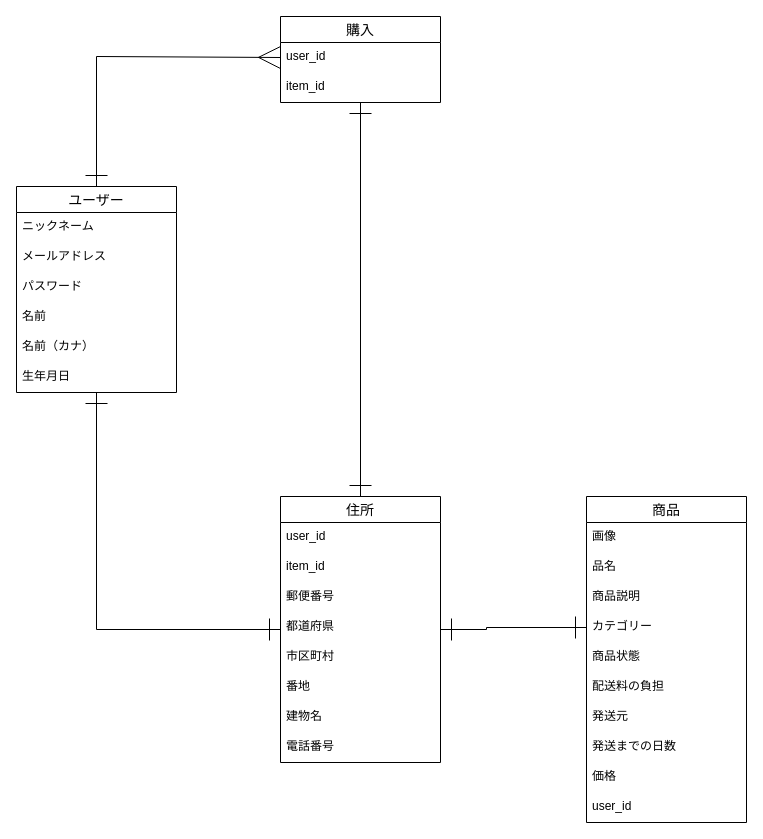
Before: ER.dio in kawamatatakuya/furima-34881, a draw.io diagram. Source tidied: cells renumbered, new cells numbered last; positions are measured from the earlier drawing's top-left corner, leaving out a move shared by most shapes. Both pictures are drawn from the tidied source at 100%, with x=0, y=0 at pixel (16, 16).
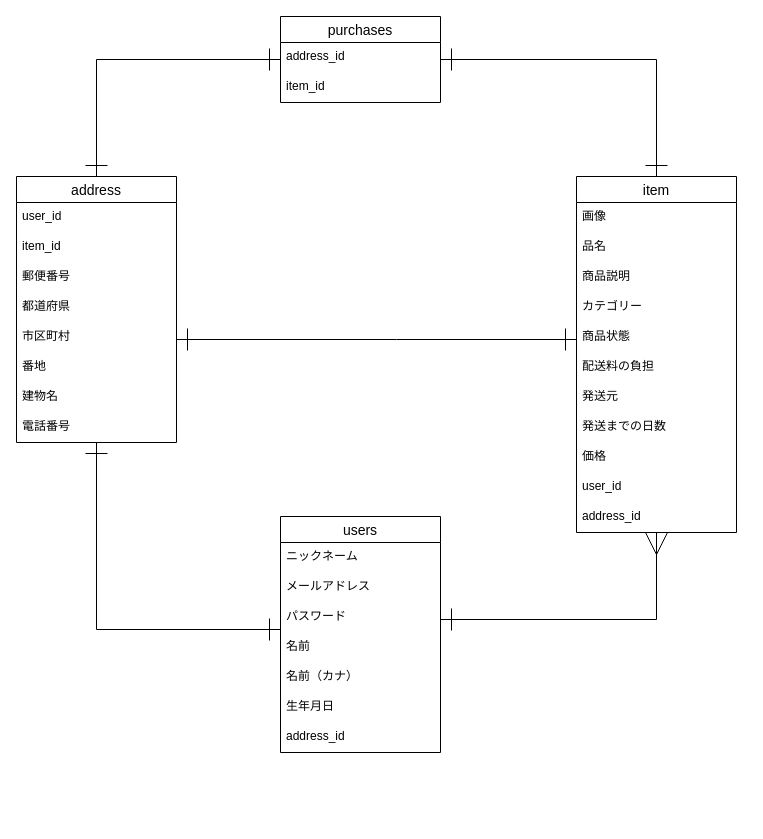
The same page after the edit.

Commit message (it also covers changes not shown here):
データベース設計修正

The change refers to these unchanged cells:
```xml
<mxCell id="6" value="カテゴリー" style="text;strokeColor=none;fillColor=none;spacingLeft=4;spacingRight=4;overflow=hidden;points=[[0,0.5],[1,0.5]];portConstraint=eastwest;fontSize=12;" parent="2" vertex="1">
  <mxGeometry y="116" width="160" height="30" as="geometry" />
</mxCell>
```

Change to the diagram source:
```diff
@@
+    <mxCell id="36" style="edgeStyle=orthogonalEdgeStyle;rounded=0;jettySize=auto;html=1;startArrow=ERone;startFill=0;startSize=20;endArrow=ERone;endFill=0;endSize=20;strokeWidth=1;" parent="1" edge="1" source="2" target="22">
+      <mxGeometry relative="1" as="geometry">
+        <Array as="points">
+          <mxPoint x="640" y="43" />
+        </Array>
+      </mxGeometry>
+    </mxCell>
+    <mxCell id="37" style="edgeStyle=orthogonalEdgeStyle;rounded=0;jettySize=auto;html=1;startArrow=ERmany;startFill=0;startSize=20;endArrow=ERone;endFill=0;endSize=20;strokeWidth=1;" parent="1" edge="1" source="2" target="15">
+      <mxGeometry relative="1" as="geometry">
+        <Array as="points">
+          <mxPoint x="640" y="603" />
+        </Array>
+      </mxGeometry>
+    </mxCell>
+    <mxCell id="38" style="edgeStyle=orthogonalEdgeStyle;rounded=0;jettySize=auto;html=1;startArrow=ERone;startFill=0;startSize=20;endArrow=ERone;endFill=0;endSize=20;strokeWidth=1;" parent="1" edge="1" source="2" target="27">
+      <mxGeometry relative="1" as="geometry">
+        <Array as="points">
+          <mxPoint x="380" y="323" />
+          <mxPoint x="380" y="323" />
+        </Array>
+      </mxGeometry>
+    </mxCell>
-    <mxCell id="2" value="商品" style="swimlane;fontStyle=0;horizontal=1;startSize=26;align=center;fontSize=14;" parent="1" vertex="1">
-      <mxGeometry x="570" y="480" width="160" height="326" as="geometry" />
+    <mxCell id="2" value="item" style="swimlane;fontStyle=0;horizontal=1;startSize=26;align=center;fontSize=14;" parent="1" vertex="1">
+      <mxGeometry x="560" y="160" width="160" height="356" as="geometry" />
     </mxCell>
@@
-    <mxCell id="13" style="edgeStyle=orthogonalEdgeStyle;rounded=0;jettySize=auto;html=1;startArrow=ERone;startFill=0;endArrow=ERmany;endFill=0;endSize=20;startSize=20;entryX=0;entryY=0.5;entryDx=0;entryDy=0;exitX=0.5;exitY=0;exitDx=0;exitDy=0;" parent="1" edge="1" source="15" target="23">
-      <mxGeometry relative="1" as="geometry">
-        <Array as="points">
-          <mxPoint x="80" y="40" />
-          <mxPoint x="264" y="40" />
-        </Array>
-      </mxGeometry>
-    </mxCell>
+    <mxCell id="39" value="address_id" style="text;strokeColor=none;fillColor=none;spacingLeft=4;spacingRight=4;overflow=hidden;fontSize=12;" parent="2" vertex="1">
+      <mxGeometry y="326" width="160" height="30" as="geometry" />
+    </mxCell>
@@
-    <mxCell id="15" value="ユーザー" style="swimlane;fontStyle=0;horizontal=1;startSize=26;align=center;fontSize=14;" parent="1" vertex="1">
-      <mxGeometry y="170" width="160" height="206" as="geometry" />
+    <mxCell id="15" value="users" style="swimlane;fontStyle=0;horizontal=1;startSize=26;align=center;fontSize=14;" parent="1" vertex="1">
+      <mxGeometry x="264" y="500" width="160" height="236" as="geometry" />
     </mxCell>
@@
+    <mxCell id="40" value="address_id" style="text;strokeColor=none;fillColor=none;spacingLeft=4;spacingRight=4;overflow=hidden;fontSize=12;" parent="15" vertex="1">
+      <mxGeometry y="206" width="160" height="30" as="geometry" />
+    </mxCell>
-    <mxCell id="22" value="購入" style="swimlane;fontStyle=0;horizontal=1;startSize=26;align=center;fontSize=14;" parent="1" vertex="1">
+    <mxCell id="22" value="purchases" style="swimlane;fontStyle=0;horizontal=1;startSize=26;align=center;fontSize=14;" parent="1" vertex="1">
       <mxGeometry x="264" width="160" height="86" as="geometry" />
     </mxCell>
-    <mxCell id="23" value="user_id" style="text;strokeColor=none;fillColor=none;spacingLeft=4;spacingRight=4;overflow=hidden;points=[[0,0.5],[1,0.5]];portConstraint=eastwest;fontSize=12;" parent="22" vertex="1">
+    <mxCell id="23" value="address_id" style="text;strokeColor=none;fillColor=none;spacingLeft=4;spacingRight=4;overflow=hidden;points=[[0,0.5],[1,0.5]];portConstraint=eastwest;fontSize=12;" parent="22" vertex="1">
       <mxGeometry y="26" width="160" height="30" as="geometry" />
     </mxCell>
@@
-    <mxCell id="25" style="edgeStyle=orthogonalEdgeStyle;rounded=0;jettySize=auto;html=1;startArrow=ERone;startFill=0;startSize=20;endArrow=ERone;endFill=0;endSize=20;strokeWidth=1;entryX=0;entryY=0.5;entryDx=0;entryDy=0;" parent="1" edge="1" source="27" target="6">
-      <mxGeometry relative="1" as="geometry">
-        <Array as="points">
-          <mxPoint x="470" y="613" />
-          <mxPoint x="470" y="611" />
-        </Array>
-      </mxGeometry>
-    </mxCell>
     <mxCell id="26" style="edgeStyle=orthogonalEdgeStyle;rounded=0;jettySize=auto;html=1;startArrow=ERone;startFill=0;startSize=20;endArrow=ERone;endFill=0;endSize=20;strokeWidth=1;" parent="1" edge="1" source="27" target="22">
-      <mxGeometry relative="1" as="geometry" />
+      <mxGeometry relative="1" as="geometry">
+        <Array as="points">
+          <mxPoint x="80" y="43" />
+        </Array>
+      </mxGeometry>
     </mxCell>
-    <mxCell id="27" value="住所" style="swimlane;fontStyle=0;horizontal=1;startSize=26;align=center;fontSize=14;" parent="1" vertex="1">
-      <mxGeometry x="264" y="480" width="160" height="266" as="geometry" />
+    <mxCell id="27" value="address" style="swimlane;fontStyle=0;horizontal=1;startSize=26;align=center;fontSize=14;" parent="1" vertex="1">
+      <mxGeometry y="160" width="160" height="266" as="geometry" />
     </mxCell>
```
